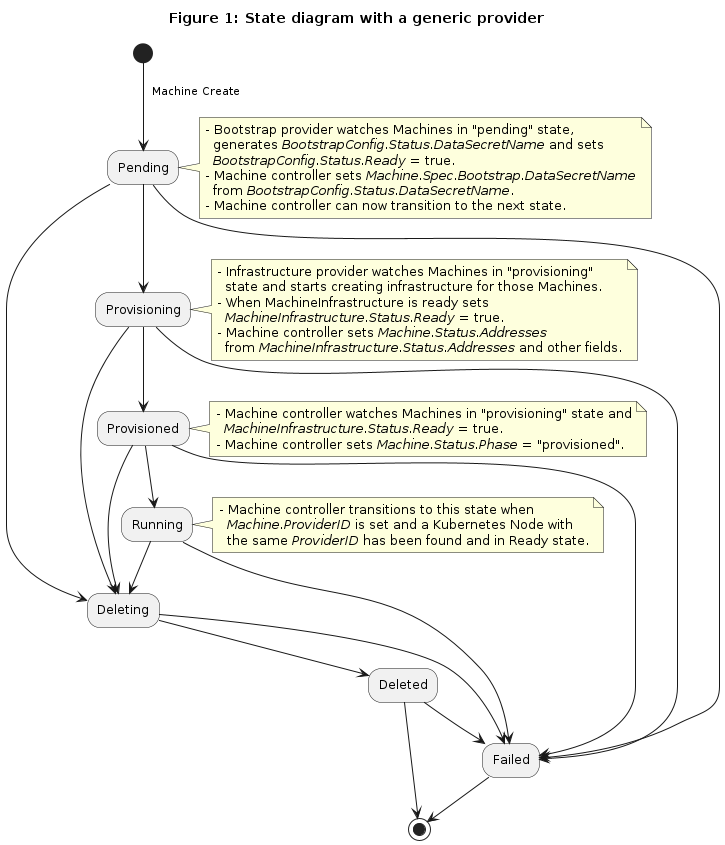
The PlantUML diagram docs/book/src/images/machine-phases.png in kubernetes-sigs/cluster-api, before a commit. Source of this version:
```plantuml
@startuml
title Figure 1: State diagram with a generic provider

(*) --> [  Machine Create  ] "Pending"

note right
- Bootstrap provider watches Machines in "pending" state,
  generates //BootstrapConfig.Status.DataSecretName// and sets
  //BootstrapConfig.Status.Ready// = true.
- Machine controller sets //Machine.Spec.Bootstrap.DataSecretName//
  from //BootstrapConfig.Status.DataSecretName//.
- Machine controller can now transition to the next state.
end note

"Pending" --> "Provisioning"

note right
- Infrastructure provider watches Machines in "provisioning"
  state and starts creating infrastructure for those Machines.
- When MachineInfrastructure is ready sets
  //MachineInfrastructure.Status.Ready// = true.
- Machine controller sets //Machine.Status.Addresses//
  from //MachineInfrastructure.Status.Addresses// and other fields.
end note

"Provisioning" --> "Provisioned"

note right
- Machine controller watches Machines in "provisioning" state and
  //MachineInfrastructure.Status.Ready// = true.
- Machine controller sets //Machine.Status.Phase// = "provisioned".
end note

"Provisioned" --> "Running"

note right
- Machine controller transitions to this state when
  //Machine.ProviderID// is set and a Kubernetes Node with
  the same //ProviderID// has been found and in Ready state.
end note


"Pending" --> "Deleting"
"Provisioning" --> "Deleting"
"Provisioned" --> "Deleting"
"Running" --> "Deleting"

"Deleting" --> "Deleted"

"Pending" --> "Failed"
"Provisioning" --> "Failed"
"Provisioned" --> "Failed"
"Running" --> "Failed"
"Deleting" --> "Failed"
"Deleted" --> "Failed"

"Failed" --> (*)
"Deleted" --> (*)

hide footbox
@enduml
```
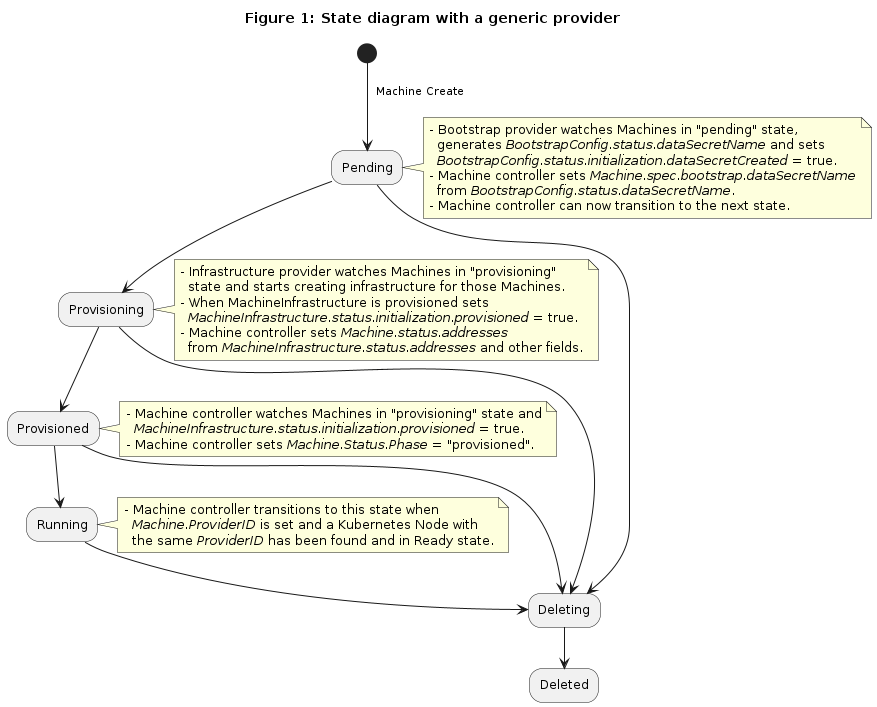
After the commit.

Diff of the diagram source:
```diff
@@ -5,10 +5,10 @@
 
 note right
 - Bootstrap provider watches Machines in "pending" state,
-  generates //BootstrapConfig.Status.DataSecretName// and sets
-  //BootstrapConfig.Status.Ready// = true.
-- Machine controller sets //Machine.Spec.Bootstrap.DataSecretName//
-  from //BootstrapConfig.Status.DataSecretName//.
+  generates //BootstrapConfig.status.dataSecretName// and sets
+  //BootstrapConfig.status.initialization.dataSecretCreated// = true.
+- Machine controller sets //Machine.spec.bootstrap.dataSecretName//
+  from //BootstrapConfig.status.dataSecretName//.
 - Machine controller can now transition to the next state.
 end note
 
@@ -17,17 +17,17 @@
 note right
 - Infrastructure provider watches Machines in "provisioning"
   state and starts creating infrastructure for those Machines.
-- When MachineInfrastructure is ready sets
-  //MachineInfrastructure.Status.Ready// = true.
-- Machine controller sets //Machine.Status.Addresses//
-  from //MachineInfrastructure.Status.Addresses// and other fields.
+- When MachineInfrastructure is provisioned sets
+  //MachineInfrastructure.status.initialization.provisioned// = true.
+- Machine controller sets //Machine.status.addresses//
+  from //MachineInfrastructure.status.addresses// and other fields.
 end note
 
 "Provisioning" --> "Provisioned"
 
 note right
 - Machine controller watches Machines in "provisioning" state and
-  //MachineInfrastructure.Status.Ready// = true.
+  //MachineInfrastructure.status.initialization.provisioned// = true.
 - Machine controller sets //Machine.Status.Phase// = "provisioned".
 end note
 
@@ -47,15 +47,5 @@
 
 "Deleting" --> "Deleted"
 
-"Pending" --> "Failed"
-"Provisioning" --> "Failed"
-"Provisioned" --> "Failed"
-"Running" --> "Failed"
-"Deleting" --> "Failed"
-"Deleted" --> "Failed"
-
-"Failed" --> (*)
-"Deleted" --> (*)
-
 hide footbox
 @enduml
```
